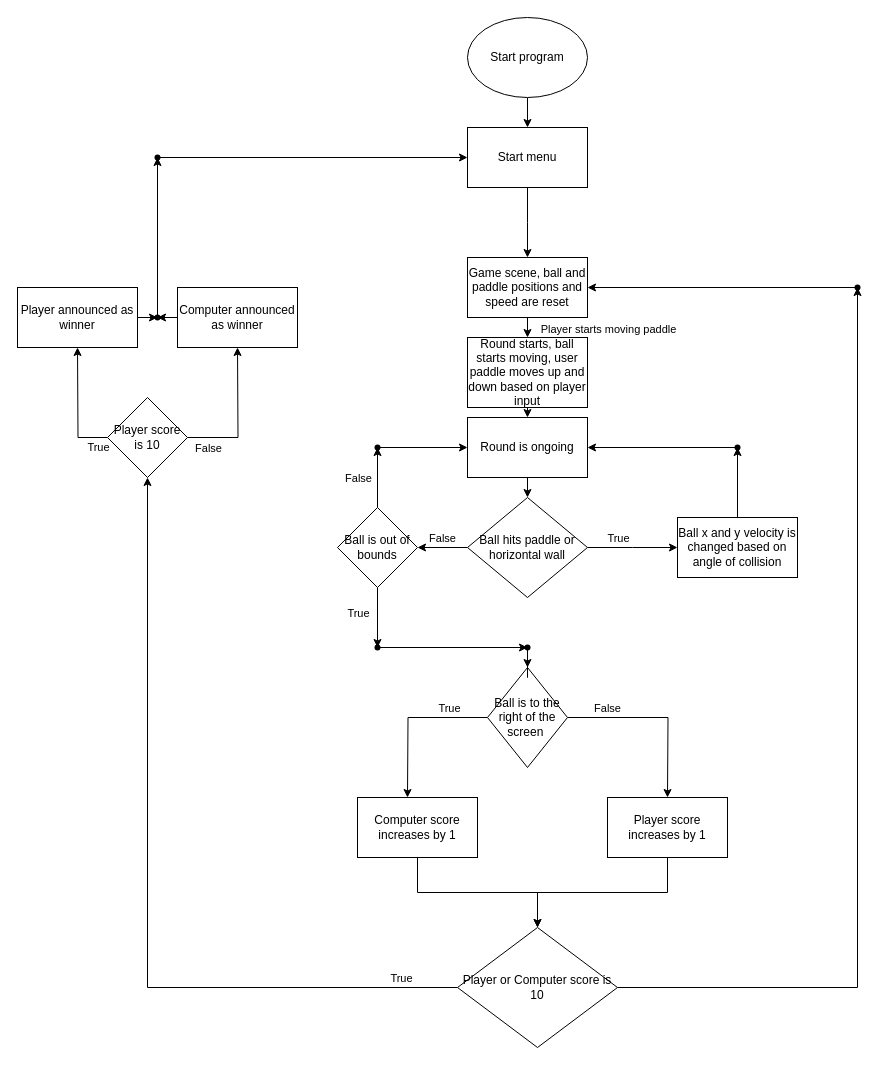
The draw.io diagram docs/Pong Flowchart.drawio in Vyan2008/Pong-Game, before the edit. Source tidied: cells renumbered, new cells numbered last; positions are measured from the earlier drawing's top-left corner, leaving out a move shared by most shapes. Both pictures are drawn from the tidied source at 100%, with x=0, y=0 at pixel (17, 17).
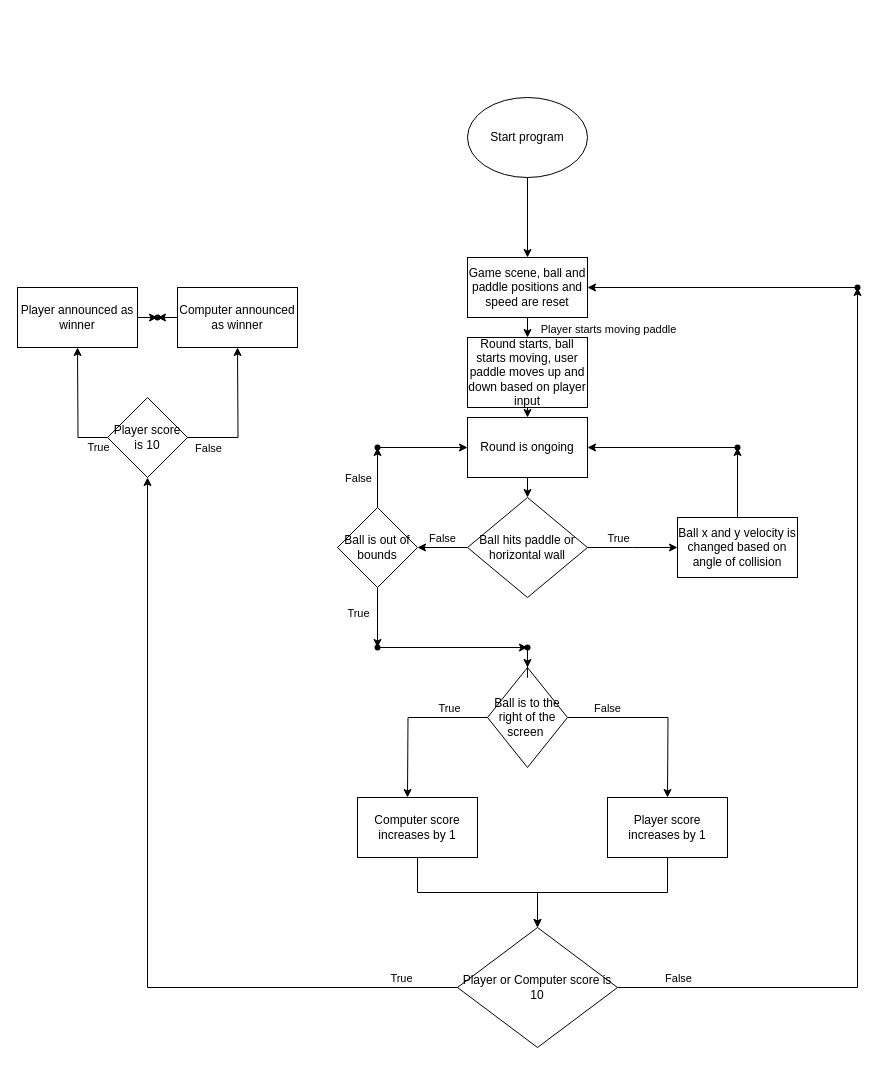
The same diagram, later.

Commit message (it also covers changes not shown here):
Updated Eisenhower Tower and Flowchart

Unchanged cells that the change refers to:
```xml
<mxCell id="8" value="Game scene, ball and paddle positions and speed are reset" style="rounded=0;whiteSpace=wrap;html=1;" parent="1" vertex="1">
  <mxGeometry x="450" y="240" width="120" height="60" as="geometry" />
</mxCell>
<mxCell id="34" style="shape=waypoint;sketch=0;size=6;points=[];fillColor=none;perimeter=centerPerimeter;snapToPoint=1;" parent="1" vertex="1">
  <mxGeometry x="130" y="290" width="20" height="20" as="geometry" />
</mxCell>
<mxCell id="35" style="edgeStyle=orthogonalEdgeStyle;rounded=0;jettySize=auto;html=1;defaultLabelBackgroundColor=page;" parent="1" edge="1" source="23" target="37">
  <mxGeometry x="-0.08" relative="1" as="geometry" />
</mxCell>
```

The edit, as a diff of the source:
```diff
@@
-    <mxCell id="2" style="edgeStyle=orthogonalEdgeStyle;rounded=0;jettySize=auto;html=1;entryX=0.5;entryY=0;entryDx=0;entryDy=0;defaultLabelBackgroundColor=page;" parent="1" edge="1" source="3" target="5">
-      <mxGeometry relative="1" as="geometry" />
-    </mxCell>
+    <mxCell id="62" style="edgeStyle=orthogonalEdgeStyle;rounded=0;jettySize=auto;html=1;entryX=0.5;entryY=0;entryDx=0;entryDy=0;defaultLabelBackgroundColor=page;labelPadding=0 4;" parent="1" edge="1" source="3" target="8">
+      <mxGeometry relative="1" as="geometry" />
+    </mxCell>
     <mxCell id="3" value="Start program" style="ellipse;whiteSpace=wrap;html=1;shapeInside=1;" parent="1" vertex="1">
-      <mxGeometry x="450" width="120" height="80" as="geometry" />
+      <mxGeometry x="450" y="80" width="120" height="80" as="geometry" />
     </mxCell>
-    <mxCell id="4" style="edgeStyle=orthogonalEdgeStyle;rounded=0;jettySize=auto;html=1;defaultLabelBackgroundColor=page;" parent="1" edge="1" source="5">
-      <mxGeometry relative="1" as="geometry">
-        <mxPoint x="510" y="240" as="targetPoint" />
-      </mxGeometry>
-    </mxCell>
-    <mxCell id="5" value="Start menu" style="rounded=0;whiteSpace=wrap;html=1;" parent="1" vertex="1">
-      <mxGeometry x="450" y="110" width="120" height="60" as="geometry" />
-    </mxCell>
@@
-    <mxCell id="33" style="edgeStyle=orthogonalEdgeStyle;rounded=0;jettySize=auto;html=1;defaultLabelBackgroundColor=page;" parent="1" edge="1" source="34" target="61">
-      <mxGeometry relative="1" as="geometry" />
-    </mxCell>
@@
+    <mxCell id="63" value="False" style="edgeLabel;html=1;align=center;verticalAlign=middle;inheritText=1;defaultLabelBackgroundColor=page;" parent="35" vertex="1">
+      <mxGeometry x="-0.86" y="-3" relative="1" as="geometry">
+        <mxPoint x="-6" y="-13" as="offset" />
+      </mxGeometry>
+    </mxCell>
@@
-    <mxCell id="60" style="edgeStyle=orthogonalEdgeStyle;rounded=0;jettySize=auto;html=1;entryX=0;entryY=0.5;entryDx=0;entryDy=0;defaultLabelBackgroundColor=page;" parent="1" edge="1" source="61" target="5">
-      <mxGeometry relative="1" as="geometry" />
-    </mxCell>
-    <mxCell id="61" style="shape=waypoint;sketch=0;size=6;points=[];fillColor=none;perimeter=centerPerimeter;snapToPoint=1;" parent="1" vertex="1">
-      <mxGeometry x="130" y="130" width="20" height="20" as="geometry" />
-    </mxCell>
```
